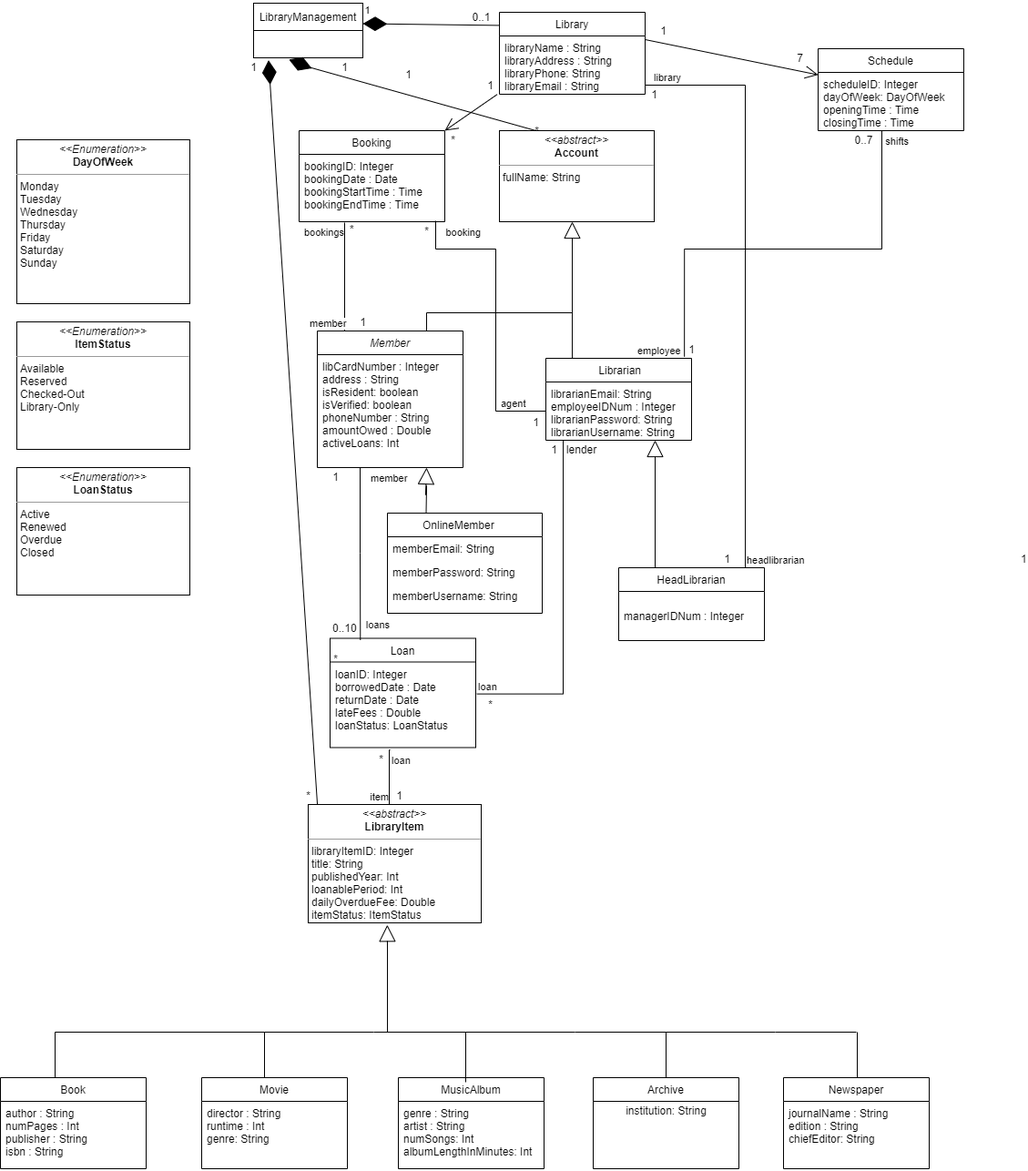
Before: UML-Group -UML.drawio.png, a diagram exported from draw.io (McGill-ECSE321-Fall2021/project-group-09). Source tidied: cells renumbered, new cells last; positions are measured from the earlier drawing's top-left corner, leaving out a move shared by most shapes.
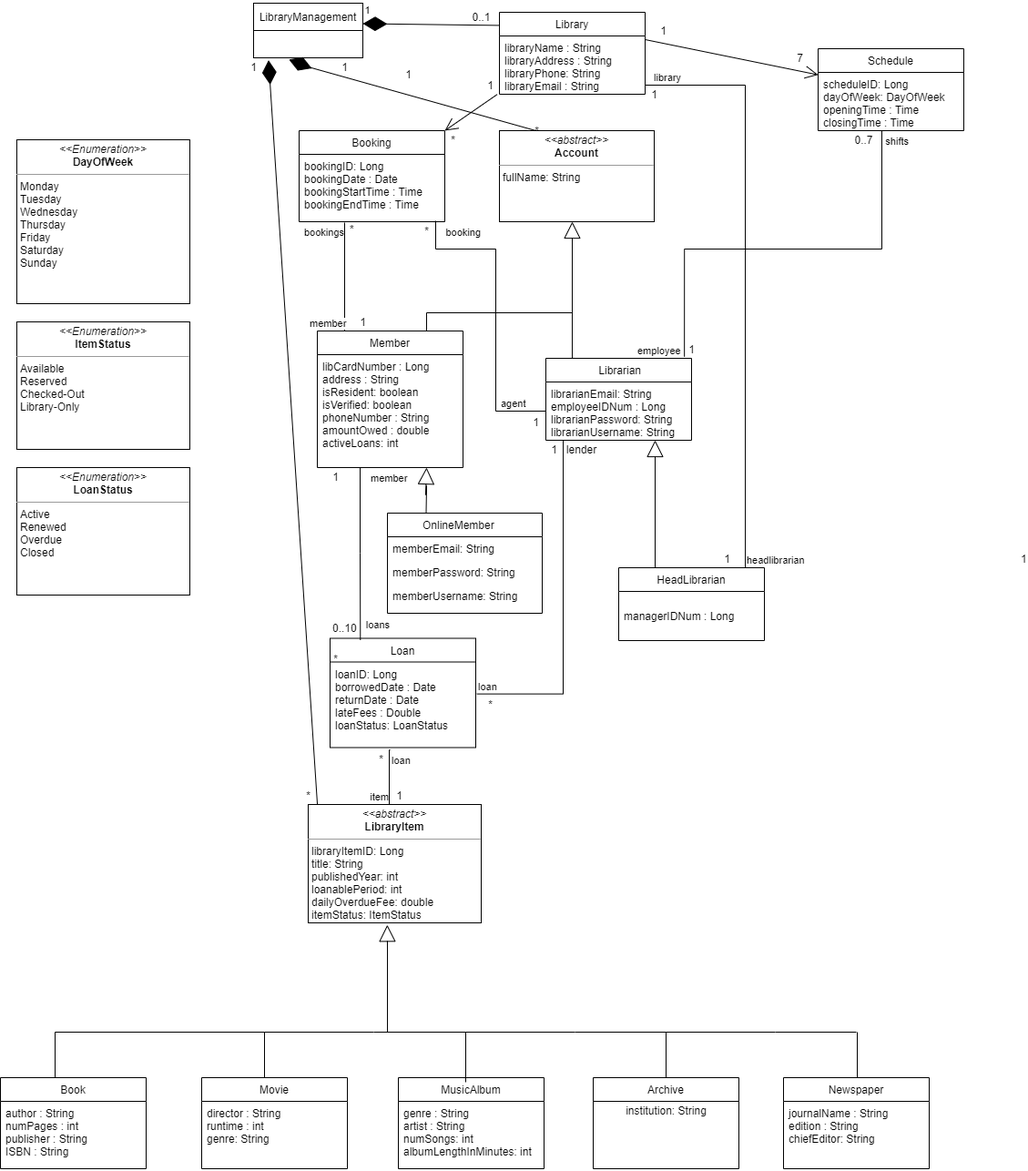
Later version of the same file.

Commit message:
update domain model

Change to the diagram source:
```diff
@@ -11,31 +11,31 @@
     <mxCell id="4" value="Booking" style="swimlane;fontStyle=0;align=center;verticalAlign=top;horizontal=1;startSize=26;rounded=0;shadow=0;strokeWidth=1;" parent="1" vertex="1">
       <mxGeometry x="328" y="140" width="160" height="100" as="geometry" />
     </mxCell>
-    <mxCell id="5" value="bookingID: Integer&#10;bookingDate : Date&#10;bookingStartTime : Time&#10;bookingEndTime : Time" style="text;align=left;verticalAlign=top;spacingLeft=4;spacingRight=4;overflow=hidden;rounded=0;shadow=0;html=0;" parent="4" vertex="1">
+    <mxCell id="5" value="bookingID: Long&#10;bookingDate : Date&#10;bookingStartTime : Time&#10;bookingEndTime : Time" style="text;align=left;verticalAlign=top;spacingLeft=4;spacingRight=4;overflow=hidden;rounded=0;shadow=0;html=0;" parent="4" vertex="1">
       <mxGeometry y="26" width="160" height="74" as="geometry" />
     </mxCell>
-    <mxCell id="6" value="Member" style="swimlane;fontStyle=2;align=center;verticalAlign=top;horizontal=1;startSize=26;rounded=0;shadow=0;strokeWidth=1;" parent="1" vertex="1">
+    <mxCell id="6" value="Member" style="swimlane;fontStyle=0;align=center;verticalAlign=top;horizontal=1;startSize=26;rounded=0;shadow=0;strokeWidth=1;" parent="1" vertex="1">
       <mxGeometry x="348" y="360" width="160" height="150" as="geometry" />
     </mxCell>
-    <mxCell id="7" value="libCardNumber : Integer&#10;address : String&#10;isResident: boolean&#10;isVerified: boolean&#10;phoneNumber : String&#10;amountOwed : Double&#10;activeLoans: Int" style="text;align=left;verticalAlign=top;spacingLeft=4;spacingRight=4;overflow=hidden;rounded=0;shadow=0;html=0;" parent="6" vertex="1">
+    <mxCell id="7" value="libCardNumber : Long&#10;address : String&#10;isResident: boolean&#10;isVerified: boolean&#10;phoneNumber : String&#10;amountOwed : double&#10;activeLoans: int" style="text;align=left;verticalAlign=top;spacingLeft=4;spacingRight=4;overflow=hidden;rounded=0;shadow=0;html=0;" parent="6" vertex="1">
       <mxGeometry y="26" width="160" height="114" as="geometry" />
     </mxCell>
     <mxCell id="8" value="HeadLibrarian" style="swimlane;fontStyle=0;align=center;verticalAlign=top;horizontal=1;startSize=26;rounded=0;shadow=0;strokeWidth=1;" parent="1" vertex="1">
       <mxGeometry x="679" y="620" width="160" height="80" as="geometry" />
     </mxCell>
-    <mxCell id="9" value="&#10;managerIDNum : Integer" style="text;align=left;verticalAlign=top;spacingLeft=4;spacingRight=4;overflow=hidden;" parent="8" vertex="1">
+    <mxCell id="9" value="&#10;managerIDNum : Long" style="text;align=left;verticalAlign=top;spacingLeft=4;spacingRight=4;overflow=hidden;" parent="8" vertex="1">
       <mxGeometry y="26" width="160" height="54" as="geometry" />
     </mxCell>
     <mxCell id="10" value=" Librarian" style="swimlane;fontStyle=0;align=center;verticalAlign=top;horizontal=1;startSize=26;rounded=0;shadow=0;strokeWidth=1;" parent="1" vertex="1">
       <mxGeometry x="599" y="390" width="160" height="90" as="geometry" />
     </mxCell>
-    <mxCell id="11" value="librarianEmail: String&#10;employeeIDNum : Integer&#10;librarianPassword: String&#10;librarianUsername: String" style="text;align=left;verticalAlign=top;spacingLeft=4;spacingRight=4;overflow=hidden;points=[[0,0.5],[1,0.5]];portConstraint=eastwest;" parent="10" vertex="1">
+    <mxCell id="11" value="librarianEmail: String&#10;employeeIDNum : Long&#10;librarianPassword: String&#10;librarianUsername: String" style="text;align=left;verticalAlign=top;spacingLeft=4;spacingRight=4;overflow=hidden;points=[[0,0.5],[1,0.5]];portConstraint=eastwest;" parent="10" vertex="1">
       <mxGeometry y="26" width="160" height="64" as="geometry" />
     </mxCell>
     <mxCell id="12" value="Loan" style="swimlane;fontStyle=0;align=center;verticalAlign=top;horizontal=1;startSize=26;rounded=0;shadow=0;strokeWidth=1;" parent="1" vertex="1">
       <mxGeometry x="362" y="697.5" width="160" height="120" as="geometry" />
     </mxCell>
-    <mxCell id="13" value="loanID: Integer&#10;borrowedDate : Date&#10;returnDate : Date&#10;lateFees : Double&#10;loanStatus: LoanStatus" style="text;align=left;verticalAlign=top;spacingLeft=4;spacingRight=4;overflow=hidden;points=[[0,0.5],[1,0.5]];portConstraint=eastwest;rounded=0;shadow=0;html=0;" parent="12" vertex="1">
+    <mxCell id="13" value="loanID: Long&#10;borrowedDate : Date&#10;returnDate : Date&#10;lateFees : Double&#10;loanStatus: LoanStatus" style="text;align=left;verticalAlign=top;spacingLeft=4;spacingRight=4;overflow=hidden;points=[[0,0.5],[1,0.5]];portConstraint=eastwest;rounded=0;shadow=0;html=0;" parent="12" vertex="1">
       <mxGeometry y="26" width="160" height="84" as="geometry" />
     </mxCell>
     <mxCell id="14" value="0..10" style="align=left;verticalAlign=bottom;labelBackgroundColor=none;fontSize=12;" parent="1" vertex="1">
@@ -51,19 +51,19 @@
     <mxCell id="16" value="Book" style="swimlane;fontStyle=0;align=center;verticalAlign=top;horizontal=1;startSize=26;rounded=0;shadow=0;strokeWidth=1;" parent="1" vertex="1">
       <mxGeometry y="1180" width="160" height="100" as="geometry" />
     </mxCell>
-    <mxCell id="17" value="author : String&#10;numPages : Int&#10;publisher : String&#10;isbn : String" style="text;align=left;verticalAlign=top;spacingLeft=4;spacingRight=4;overflow=hidden;rounded=0;shadow=0;html=0;" parent="16" vertex="1">
+    <mxCell id="17" value="author : String&#10;numPages : int&#10;publisher : String&#10;ISBN : String" style="text;align=left;verticalAlign=top;spacingLeft=4;spacingRight=4;overflow=hidden;rounded=0;shadow=0;html=0;" parent="16" vertex="1">
       <mxGeometry y="26" width="160" height="64" as="geometry" />
     </mxCell>
     <mxCell id="18" value="Movie" style="swimlane;fontStyle=0;align=center;verticalAlign=top;horizontal=1;startSize=26;rounded=0;shadow=0;strokeWidth=1;" parent="1" vertex="1">
       <mxGeometry x="221" y="1180" width="160" height="100" as="geometry" />
     </mxCell>
-    <mxCell id="19" value="director : String&#10;runtime : Int    &#10;genre: String" style="text;align=left;verticalAlign=top;spacingLeft=4;spacingRight=4;overflow=hidden;rounded=0;shadow=0;html=0;" parent="18" vertex="1">
+    <mxCell id="19" value="director : String&#10;runtime : int    &#10;genre: String" style="text;align=left;verticalAlign=top;spacingLeft=4;spacingRight=4;overflow=hidden;rounded=0;shadow=0;html=0;" parent="18" vertex="1">
       <mxGeometry y="26" width="160" height="64" as="geometry" />
     </mxCell>
     <mxCell id="20" value="MusicAlbum" style="swimlane;fontStyle=0;align=center;verticalAlign=top;horizontal=1;startSize=26;rounded=0;shadow=0;strokeWidth=1;" parent="1" vertex="1">
       <mxGeometry x="437" y="1180" width="160" height="100" as="geometry" />
     </mxCell>
-    <mxCell id="21" value="genre : String&#10;artist : String&#10;numSongs: Int&#10;albumLengthInMinutes: Int" style="text;align=left;verticalAlign=top;spacingLeft=4;spacingRight=4;overflow=hidden;rounded=0;shadow=0;html=0;" parent="20" vertex="1">
+    <mxCell id="21" value="genre : String&#10;artist : String&#10;numSongs: int&#10;albumLengthInMinutes: int" style="text;align=left;verticalAlign=top;spacingLeft=4;spacingRight=4;overflow=hidden;rounded=0;shadow=0;html=0;" parent="20" vertex="1">
       <mxGeometry y="26" width="160" height="74" as="geometry" />
     </mxCell>
     <mxCell id="22" value="Archive" style="swimlane;fontStyle=0;align=center;verticalAlign=top;horizontal=1;startSize=26;rounded=0;shadow=0;strokeWidth=1;" parent="1" vertex="1">
@@ -101,7 +101,7 @@
     <mxCell id="30" value="Schedule" style="swimlane;fontStyle=0;align=center;verticalAlign=top;horizontal=1;startSize=26;rounded=0;shadow=0;strokeWidth=1;" parent="1" vertex="1">
       <mxGeometry x="898" y="50" width="160" height="90" as="geometry" />
     </mxCell>
-    <mxCell id="31" value="scheduleID: Integer&#10;dayOfWeek: DayOfWeek&#10;openingTime : Time&#10;closingTime : Time" style="text;align=left;verticalAlign=top;spacingLeft=4;spacingRight=4;overflow=hidden;" parent="30" vertex="1">
+    <mxCell id="31" value="scheduleID: Long&#10;dayOfWeek: DayOfWeek&#10;openingTime : Time&#10;closingTime : Time" style="text;align=left;verticalAlign=top;spacingLeft=4;spacingRight=4;overflow=hidden;" parent="30" vertex="1">
       <mxGeometry y="26" width="160" height="64" as="geometry" />
     </mxCell>
     <mxCell id="32" value="1" style="align=left;verticalAlign=bottom;labelBackgroundColor=none;fontSize=12;" parent="1" vertex="1">
@@ -428,7 +428,7 @@
     <mxCell id="105" value="&lt;p style=&quot;margin: 0px ; margin-top: 4px ; text-align: center&quot;&gt;&lt;i&gt;&amp;lt;&amp;lt;abstract&amp;gt;&amp;gt;&lt;/i&gt;&lt;br&gt;&lt;b&gt;Account&lt;/b&gt;&lt;/p&gt;&lt;hr size=&quot;1&quot;&gt;&lt;p style=&quot;margin: 0px ; margin-left: 4px&quot;&gt;fullName: String&lt;/p&gt;&lt;p style=&quot;margin: 0px ; margin-left: 4px&quot;&gt;&lt;br&gt;&lt;/p&gt;" style="verticalAlign=top;align=left;overflow=fill;fontSize=12;fontFamily=Helvetica;html=1;" parent="1" vertex="1">
       <mxGeometry x="548" y="140" width="170" height="100" as="geometry" />
     </mxCell>
-    <mxCell id="106" value="&lt;p style=&quot;margin: 0px ; margin-top: 4px ; text-align: center&quot;&gt;&lt;i&gt;&amp;lt;&amp;lt;abstract&amp;gt;&amp;gt;&lt;/i&gt;&lt;br&gt;&lt;b&gt;LibraryItem&lt;/b&gt;&lt;/p&gt;&lt;hr size=&quot;1&quot;&gt;&lt;p style=&quot;margin: 0px ; margin-left: 4px&quot;&gt;libraryItemID: Integer&lt;/p&gt;&lt;p style=&quot;margin: 0px ; margin-left: 4px&quot;&gt;title: String&lt;/p&gt;&lt;p style=&quot;margin: 0px ; margin-left: 4px&quot;&gt;publishedYear: Int&lt;/p&gt;&lt;p style=&quot;margin: 0px ; margin-left: 4px&quot;&gt;loanablePeriod: Int&lt;/p&gt;&lt;p style=&quot;margin: 0px ; margin-left: 4px&quot;&gt;dailyOverdueFee: Double&lt;/p&gt;&lt;p style=&quot;margin: 0px ; margin-left: 4px&quot;&gt;itemStatus: ItemStatus&lt;/p&gt;" style="verticalAlign=top;align=left;overflow=fill;fontSize=12;fontFamily=Helvetica;html=1;" parent="1" vertex="1">
+    <mxCell id="106" value="&lt;p style=&quot;margin: 0px ; margin-top: 4px ; text-align: center&quot;&gt;&lt;i&gt;&amp;lt;&amp;lt;abstract&amp;gt;&amp;gt;&lt;/i&gt;&lt;br&gt;&lt;b&gt;LibraryItem&lt;/b&gt;&lt;/p&gt;&lt;hr size=&quot;1&quot;&gt;&lt;p style=&quot;margin: 0px ; margin-left: 4px&quot;&gt;libraryItemID: Long&lt;/p&gt;&lt;p style=&quot;margin: 0px ; margin-left: 4px&quot;&gt;title: String&lt;/p&gt;&lt;p style=&quot;margin: 0px ; margin-left: 4px&quot;&gt;publishedYear: int&lt;/p&gt;&lt;p style=&quot;margin: 0px ; margin-left: 4px&quot;&gt;loanablePeriod: int&lt;/p&gt;&lt;p style=&quot;margin: 0px ; margin-left: 4px&quot;&gt;dailyOverdueFee: double&lt;/p&gt;&lt;p style=&quot;margin: 0px ; margin-left: 4px&quot;&gt;itemStatus: ItemStatus&lt;/p&gt;" style="verticalAlign=top;align=left;overflow=fill;fontSize=12;fontFamily=Helvetica;html=1;" parent="1" vertex="1">
       <mxGeometry x="338" y="880" width="190" height="130" as="geometry" />
     </mxCell>
     <mxCell id="107" value="&lt;p style=&quot;margin: 0px ; margin-top: 4px ; text-align: center&quot;&gt;&lt;i&gt;&amp;lt;&amp;lt;Enumeration&amp;gt;&amp;gt;&lt;/i&gt;&lt;br&gt;&lt;b&gt;ItemStatus&lt;/b&gt;&lt;/p&gt;&lt;hr size=&quot;1&quot;&gt;&lt;p style=&quot;margin: 0px ; margin-left: 4px&quot;&gt;Available&lt;/p&gt;&lt;p style=&quot;margin: 0px ; margin-left: 4px&quot;&gt;Reserved&lt;/p&gt;&lt;p style=&quot;margin: 0px ; margin-left: 4px&quot;&gt;Checked-Out&lt;/p&gt;&lt;p style=&quot;margin: 0px ; margin-left: 4px&quot;&gt;Library-Only&lt;/p&gt;" style="verticalAlign=top;align=left;overflow=fill;fontSize=12;fontFamily=Helvetica;html=1;" parent="1" vertex="1">
```
